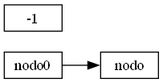
Earlier version of the Graphviz export reportes/Lista_Doble_IDSolicitante.png (SebastianVelasquezValle/IPC2_ProyectoVD2024_-202300580). Its source is kept beside it as reportesdot/Lista_Doble_IDSolicitante.dot.
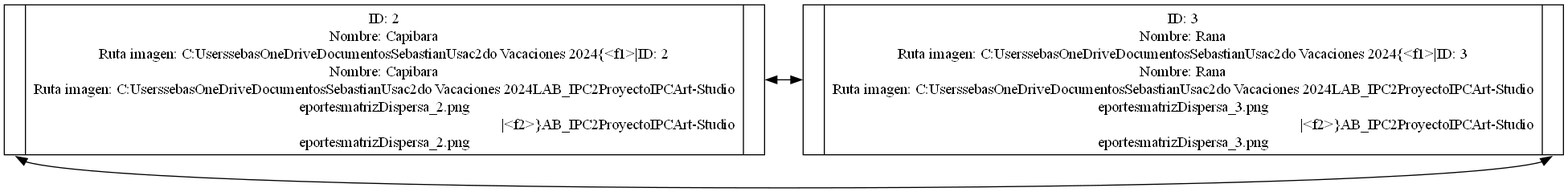
After the change.

Change to the diagram source:
```diff
@@ -1,5 +1,8 @@
 digraph G {
     rankdir=LR;
     node[shape=record, height=.1]
-    nodo0:f1 -> nodo-1:f2 [dir=both constraint=false];
+    nodo0[label="{<f1>|ID: 2\nNombre: Capibara\nRuta imagen: C:\Users\sebas\OneDrive\Documentos\Sebastian\Usac\2do Vacaciones 2024\LAB_IPC2\Proyecto\IPCArt-Studio\reportes\matrizDispersa_2.png\n|<f2>}"];
+nodo1[label="{<f1>|ID: 3\nNombre: Rana\nRuta imagen: C:\Users\sebas\OneDrive\Documentos\Sebastian\Usac\2do Vacaciones 2024\LAB_IPC2\Proyecto\IPCArt-Studio\reportes\matrizDispersa_3.png\n|<f2>}"];
+nodo0:f2 -> nodo1:f1[dir=both];
+nodo0:f1 -> nodo1:f2 [dir=both constraint=false];
 }
```
